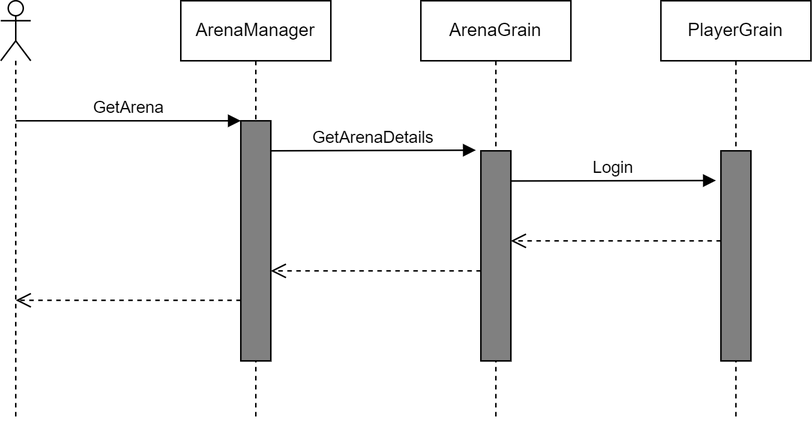
Before: Drawings/Sequences/02-GetArenaDetails.drawio.png, a diagram exported from draw.io (Djohnnie/CSharpWars-Orleans). Source tidied: cells renumbered, new cells last; positions are measured from the earlier drawing's top-left corner, leaving out a move shared by most shapes.
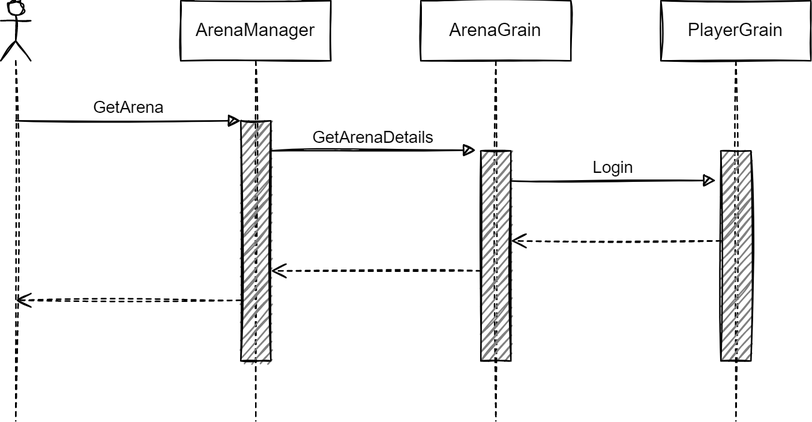
The same diagram one commit later.

Diff of the diagram source:
```diff
@@ -2,57 +2,57 @@
   <root>
     <mxCell id="0" />
     <mxCell id="1" parent="0" />
-    <mxCell id="2" value="ArenaManager" style="shape=umlLifeline;perimeter=lifelinePerimeter;whiteSpace=wrap;html=1;" parent="1" vertex="1">
+    <mxCell id="2" value="ArenaManager" style="shape=umlLifeline;perimeter=lifelinePerimeter;whiteSpace=wrap;html=1;sketch=1;" parent="1" vertex="1">
       <mxGeometry x="120" width="100" height="280" as="geometry" />
     </mxCell>
-    <mxCell id="3" style="html=1;perimeter=orthogonalPerimeter;fillColor=#808080;" parent="2" vertex="1">
+    <mxCell id="3" style="html=1;perimeter=orthogonalPerimeter;fillColor=#808080;sketch=1;" parent="2" vertex="1">
       <mxGeometry x="40" y="80" width="20" height="160" as="geometry" />
     </mxCell>
-    <mxCell id="4" style="html=1;verticalAlign=bottom;endArrow=open;dashed=1;endSize=8;" parent="2" edge="1">
+    <mxCell id="4" style="html=1;verticalAlign=bottom;endArrow=open;dashed=1;endSize=8;sketch=1;" parent="2" edge="1">
       <mxGeometry relative="1" as="geometry">
         <mxPoint x="40" y="199.6" as="sourcePoint" />
         <mxPoint x="-110" y="199.6" as="targetPoint" />
       </mxGeometry>
     </mxCell>
-    <mxCell id="5" value="ArenaGrain" style="shape=umlLifeline;perimeter=lifelinePerimeter;whiteSpace=wrap;html=1;" parent="1" vertex="1">
+    <mxCell id="5" value="ArenaGrain" style="shape=umlLifeline;perimeter=lifelinePerimeter;whiteSpace=wrap;html=1;sketch=1;" parent="1" vertex="1">
       <mxGeometry x="280" width="100" height="280" as="geometry" />
     </mxCell>
-    <mxCell id="6" style="html=1;points=[];perimeter=orthogonalPerimeter;fillColor=#808080;" parent="5" vertex="1">
+    <mxCell id="6" style="html=1;points=[];perimeter=orthogonalPerimeter;fillColor=#808080;sketch=1;" parent="5" vertex="1">
       <mxGeometry x="40" y="100" width="20" height="140" as="geometry" />
     </mxCell>
-    <mxCell id="7" style="shape=umlLifeline;participant=umlActor;perimeter=lifelinePerimeter;whiteSpace=wrap;html=1;verticalAlign=top;spacingTop=36;" parent="1" vertex="1">
+    <mxCell id="7" style="shape=umlLifeline;participant=umlActor;perimeter=lifelinePerimeter;whiteSpace=wrap;html=1;verticalAlign=top;spacingTop=36;sketch=1;" parent="1" vertex="1">
       <mxGeometry width="20" height="280" as="geometry" />
     </mxCell>
-    <mxCell id="8" value="GetArena" style="html=1;verticalAlign=bottom;endArrow=block;" parent="1" edge="1">
+    <mxCell id="8" value="GetArena" style="html=1;verticalAlign=bottom;endArrow=block;sketch=1;" parent="1" edge="1">
       <mxGeometry relative="1" as="geometry">
         <mxPoint x="10" y="80" as="sourcePoint" />
         <mxPoint x="160" y="80" as="targetPoint" />
       </mxGeometry>
     </mxCell>
-    <mxCell id="9" value="GetArenaDetails" style="html=1;verticalAlign=bottom;endArrow=block;entryX=-0.167;entryY=-0.003;entryDx=0;entryDy=0;entryPerimeter=0;" parent="1" edge="1" target="6">
+    <mxCell id="9" value="GetArenaDetails" style="html=1;verticalAlign=bottom;endArrow=block;entryX=-0.167;entryY=-0.003;entryDx=0;entryDy=0;entryPerimeter=0;sketch=1;" parent="1" edge="1" target="6">
       <mxGeometry relative="1" as="geometry">
         <mxPoint x="180" y="100" as="sourcePoint" />
       </mxGeometry>
     </mxCell>
-    <mxCell id="10" value="PlayerGrain" style="shape=umlLifeline;perimeter=lifelinePerimeter;whiteSpace=wrap;html=1;" parent="1" vertex="1">
+    <mxCell id="10" value="PlayerGrain" style="shape=umlLifeline;perimeter=lifelinePerimeter;whiteSpace=wrap;html=1;sketch=1;" parent="1" vertex="1">
       <mxGeometry x="440" width="100" height="280" as="geometry" />
     </mxCell>
-    <mxCell id="11" style="html=1;perimeter=orthogonalPerimeter;fillColor=#808080;" parent="10" vertex="1">
+    <mxCell id="11" style="html=1;perimeter=orthogonalPerimeter;fillColor=#808080;sketch=1;" parent="10" vertex="1">
       <mxGeometry x="40" y="100" width="20" height="140" as="geometry" />
     </mxCell>
-    <mxCell id="12" value="Login" style="html=1;verticalAlign=bottom;endArrow=block;entryX=-0.167;entryY=-0.003;entryDx=0;entryDy=0;entryPerimeter=0;" parent="10" edge="1">
+    <mxCell id="12" value="Login" style="html=1;verticalAlign=bottom;endArrow=block;entryX=-0.167;entryY=-0.003;entryDx=0;entryDy=0;entryPerimeter=0;sketch=1;" parent="10" edge="1">
       <mxGeometry relative="1" as="geometry">
         <mxPoint x="-100" y="120.1" as="sourcePoint" />
         <mxPoint x="36.7" y="119.8" as="targetPoint" />
       </mxGeometry>
     </mxCell>
-    <mxCell id="13" style="html=1;verticalAlign=bottom;endArrow=open;dashed=1;endSize=8;" parent="1" edge="1">
+    <mxCell id="13" style="html=1;verticalAlign=bottom;endArrow=open;dashed=1;endSize=8;sketch=1;" parent="1" edge="1">
       <mxGeometry relative="1" as="geometry">
         <mxPoint x="480" y="160" as="sourcePoint" />
         <mxPoint x="340" y="160" as="targetPoint" />
       </mxGeometry>
     </mxCell>
-    <mxCell id="14" style="html=1;verticalAlign=bottom;endArrow=open;dashed=1;endSize=8;" parent="1" edge="1">
+    <mxCell id="14" style="html=1;verticalAlign=bottom;endArrow=open;dashed=1;endSize=8;sketch=1;" parent="1" edge="1">
       <mxGeometry relative="1" as="geometry">
         <mxPoint x="320" y="180" as="sourcePoint" />
         <mxPoint x="180" y="180" as="targetPoint" />
```
